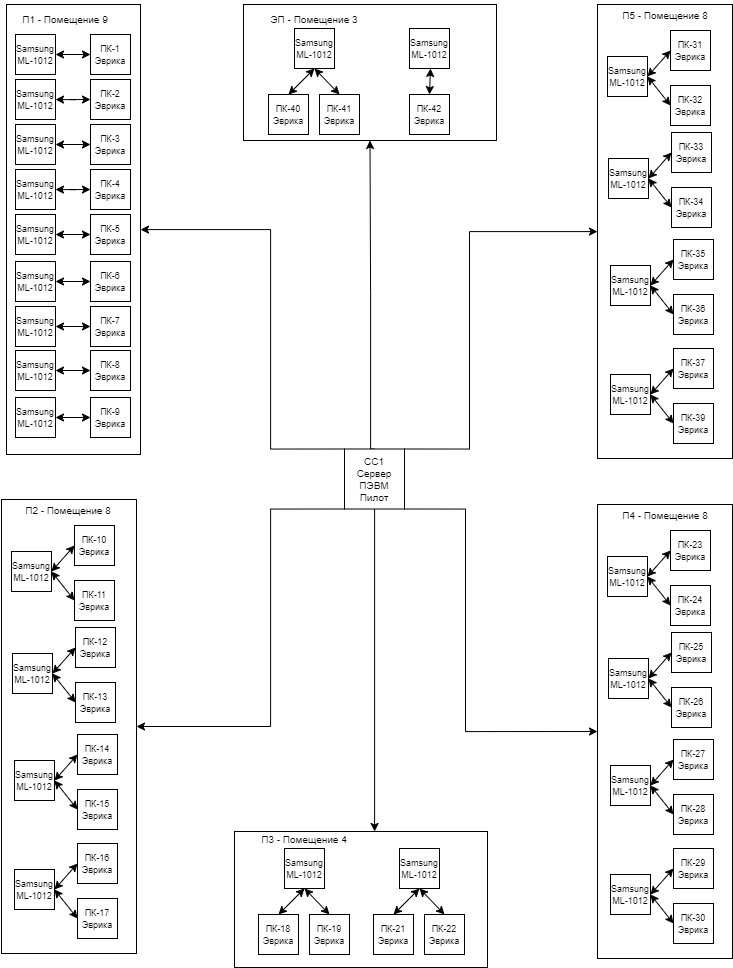
This is 6/img/лаб1.png from meesery/PAS, a draw.io export, as it was before one commit. Source tidied: cells renumbered, new cells last; positions are measured from the earlier drawing's top-left corner, leaving out a move shared by most shapes.
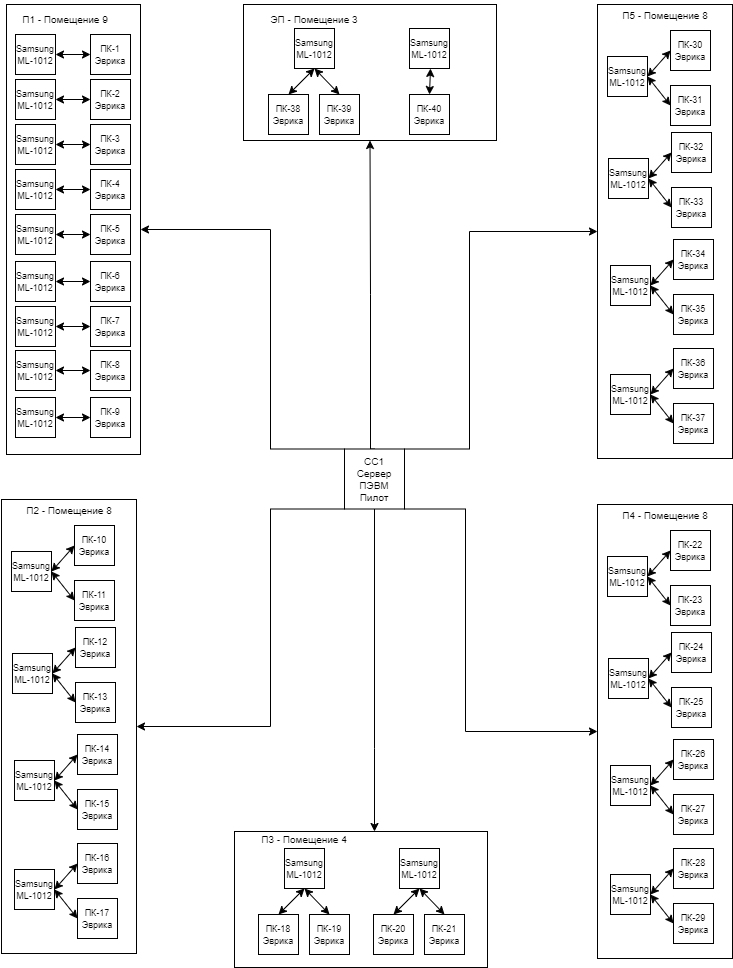
Later version of the same file.

Diff of the diagram source:
```diff
@@ -2,6 +2,9 @@
   <root>
     <mxCell id="0" />
     <mxCell id="1" parent="0" />
+    <mxCell id="83" style="rounded=0;whiteSpace=wrap;html=1;fillColor=none;" parent="1" vertex="1">
+      <mxGeometry x="234" y="831" width="253" height="136" as="geometry" />
+    </mxCell>
     <mxCell id="2" style="rounded=0;whiteSpace=wrap;html=1;fillColor=none;" parent="1" vertex="1">
       <mxGeometry x="243" y="4" width="253" height="136" as="geometry" />
     </mxCell>
@@ -17,10 +20,10 @@
     <mxCell id="6" style="rounded=0;jettySize=auto;html=1;exitX=0;exitY=0.5;exitDx=0;exitDy=0;entryX=1;entryY=0.5;entryDx=0;entryDy=0;startArrow=classic;startFill=1;" parent="3" edge="1" source="7" target="5">
       <mxGeometry relative="1" as="geometry" />
     </mxCell>
-    <mxCell id="7" value="&lt;font style=&quot;font-size: 9px;&quot;&gt;ПК-23&lt;br&gt;Эврика&lt;/font&gt;" style="whiteSpace=wrap;html=1;fontFamily=Arial;fontSource=https%3A%2F%2Ffonts.googleapis.com%2Fcss%3Ffamily%3DArial;fontSize=10;" parent="3" vertex="1">
+    <mxCell id="7" value="&lt;font style=&quot;font-size: 9px;&quot;&gt;ПК-22&lt;br&gt;Эврика&lt;/font&gt;" style="whiteSpace=wrap;html=1;fontFamily=Arial;fontSource=https%3A%2F%2Ffonts.googleapis.com%2Fcss%3Ffamily%3DArial;fontSize=10;" parent="3" vertex="1">
       <mxGeometry x="63" width="40" height="40" as="geometry" />
     </mxCell>
-    <mxCell id="8" value="&lt;font style=&quot;font-size: 9px;&quot;&gt;ПК-24&lt;br&gt;Эврика&lt;/font&gt;" style="whiteSpace=wrap;html=1;fontFamily=Arial;fontSource=https%3A%2F%2Ffonts.googleapis.com%2Fcss%3Ffamily%3DArial;fontSize=10;" parent="3" vertex="1">
+    <mxCell id="8" value="&lt;font style=&quot;font-size: 9px;&quot;&gt;ПК-23&lt;br&gt;Эврика&lt;/font&gt;" style="whiteSpace=wrap;html=1;fontFamily=Arial;fontSource=https%3A%2F%2Ffonts.googleapis.com%2Fcss%3Ffamily%3DArial;fontSize=10;" parent="3" vertex="1">
       <mxGeometry x="63" y="55" width="40" height="40" as="geometry" />
     </mxCell>
     <mxCell id="9" style="rounded=0;jettySize=auto;html=1;entryX=0;entryY=0.5;entryDx=0;entryDy=0;startArrow=classic;startFill=1;exitX=1;exitY=0.5;exitDx=0;exitDy=0;" parent="3" edge="1" source="5" target="8">
@@ -269,15 +272,12 @@
     <mxCell id="80" value="&lt;font style=&quot;font-size: 9px;&quot;&gt;Samsung ML-1012&lt;/font&gt;" style="whiteSpace=wrap;html=1;fontFamily=Arial;fontSource=https%3A%2F%2Ffonts.googleapis.com%2Fcss%3Ffamily%3DArial;fontSize=10;" parent="1" vertex="1">
       <mxGeometry x="399" y="848" width="40" height="40" as="geometry" />
     </mxCell>
-    <mxCell id="81" value="&lt;font style=&quot;font-size: 9px;&quot;&gt;ПК-21&lt;br&gt;Эврика&lt;/font&gt;" style="whiteSpace=wrap;html=1;fontFamily=Arial;fontSource=https%3A%2F%2Ffonts.googleapis.com%2Fcss%3Ffamily%3DArial;fontSize=10;" parent="1" vertex="1">
+    <mxCell id="81" value="&lt;font style=&quot;font-size: 9px;&quot;&gt;ПК-20&lt;br&gt;Эврика&lt;/font&gt;" style="whiteSpace=wrap;html=1;fontFamily=Arial;fontSource=https%3A%2F%2Ffonts.googleapis.com%2Fcss%3Ffamily%3DArial;fontSize=10;" parent="1" vertex="1">
       <mxGeometry x="373" y="914" width="40" height="40" as="geometry" />
     </mxCell>
-    <mxCell id="82" value="&lt;font style=&quot;font-size: 9px;&quot;&gt;ПК-22&lt;br&gt;Эврика&lt;/font&gt;" style="whiteSpace=wrap;html=1;fontFamily=Arial;fontSource=https%3A%2F%2Ffonts.googleapis.com%2Fcss%3Ffamily%3DArial;fontSize=10;" parent="1" vertex="1">
+    <mxCell id="82" value="&lt;font style=&quot;font-size: 9px;&quot;&gt;ПК-21&lt;br&gt;Эврика&lt;/font&gt;" style="whiteSpace=wrap;html=1;fontFamily=Arial;fontSource=https%3A%2F%2Ffonts.googleapis.com%2Fcss%3Ffamily%3DArial;fontSize=10;" parent="1" vertex="1">
       <mxGeometry x="424" y="914" width="40" height="40" as="geometry" />
     </mxCell>
-    <mxCell id="83" style="rounded=0;whiteSpace=wrap;html=1;fillColor=none;" parent="1" vertex="1">
-      <mxGeometry x="234" y="831" width="253" height="136" as="geometry" />
-    </mxCell>
     <mxCell id="84" value="&lt;font style=&quot;font-size: 10px;&quot; face=&quot;Arial&quot;&gt;П3 - Помещение 4&lt;/font&gt;" style="text;html=1;strokeColor=none;fillColor=none;align=center;verticalAlign=middle;whiteSpace=wrap;rounded=0;" parent="1" vertex="1">
       <mxGeometry x="239" y="824" width="130" height="30" as="geometry" />
     </mxCell>
@@ -287,10 +287,10 @@
     <mxCell id="86" style="rounded=0;jettySize=auto;html=1;exitX=0;exitY=0.5;exitDx=0;exitDy=0;entryX=1;entryY=0.5;entryDx=0;entryDy=0;startArrow=classic;startFill=1;" parent="1" edge="1" source="87" target="85">
       <mxGeometry relative="1" as="geometry" />
     </mxCell>
-    <mxCell id="87" value="&lt;font style=&quot;font-size: 9px;&quot;&gt;ПК-25&lt;br&gt;Эврика&lt;/font&gt;" style="whiteSpace=wrap;html=1;fontFamily=Arial;fontSource=https%3A%2F%2Ffonts.googleapis.com%2Fcss%3Ffamily%3DArial;fontSize=10;" parent="1" vertex="1">
+    <mxCell id="87" value="&lt;font style=&quot;font-size: 9px;&quot;&gt;ПК-24&lt;br&gt;Эврика&lt;/font&gt;" style="whiteSpace=wrap;html=1;fontFamily=Arial;fontSource=https%3A%2F%2Ffonts.googleapis.com%2Fcss%3Ffamily%3DArial;fontSize=10;" parent="1" vertex="1">
       <mxGeometry x="671" y="632" width="40" height="40" as="geometry" />
     </mxCell>
-    <mxCell id="88" value="&lt;font style=&quot;font-size: 9px;&quot;&gt;ПК-26&lt;br&gt;Эврика&lt;/font&gt;" style="whiteSpace=wrap;html=1;fontFamily=Arial;fontSource=https%3A%2F%2Ffonts.googleapis.com%2Fcss%3Ffamily%3DArial;fontSize=10;" parent="1" vertex="1">
+    <mxCell id="88" value="&lt;font style=&quot;font-size: 9px;&quot;&gt;ПК-25&lt;br&gt;Эврика&lt;/font&gt;" style="whiteSpace=wrap;html=1;fontFamily=Arial;fontSource=https%3A%2F%2Ffonts.googleapis.com%2Fcss%3Ffamily%3DArial;fontSize=10;" parent="1" vertex="1">
       <mxGeometry x="671" y="687" width="40" height="40" as="geometry" />
     </mxCell>
     <mxCell id="89" style="rounded=0;jettySize=auto;html=1;entryX=0;entryY=0.5;entryDx=0;entryDy=0;startArrow=classic;startFill=1;exitX=1;exitY=0.5;exitDx=0;exitDy=0;" parent="1" edge="1" source="85" target="88">
@@ -305,10 +305,10 @@
     <mxCell id="92" style="rounded=0;jettySize=auto;html=1;exitX=0;exitY=0.5;exitDx=0;exitDy=0;entryX=1;entryY=0.5;entryDx=0;entryDy=0;startArrow=classic;startFill=1;" parent="90" edge="1" source="93" target="91">
       <mxGeometry relative="1" as="geometry" />
     </mxCell>
-    <mxCell id="93" value="&lt;font style=&quot;font-size: 9px;&quot;&gt;ПК-27&lt;br&gt;Эврика&lt;/font&gt;" style="whiteSpace=wrap;html=1;fontFamily=Arial;fontSource=https%3A%2F%2Ffonts.googleapis.com%2Fcss%3Ffamily%3DArial;fontSize=10;" parent="90" vertex="1">
+    <mxCell id="93" value="&lt;font style=&quot;font-size: 9px;&quot;&gt;ПК-26&lt;br&gt;Эврика&lt;/font&gt;" style="whiteSpace=wrap;html=1;fontFamily=Arial;fontSource=https%3A%2F%2Ffonts.googleapis.com%2Fcss%3Ffamily%3DArial;fontSize=10;" parent="90" vertex="1">
       <mxGeometry x="63" width="40" height="40" as="geometry" />
     </mxCell>
-    <mxCell id="94" value="&lt;font style=&quot;font-size: 9px;&quot;&gt;ПК-28&lt;br&gt;Эврика&lt;/font&gt;" style="whiteSpace=wrap;html=1;fontFamily=Arial;fontSource=https%3A%2F%2Ffonts.googleapis.com%2Fcss%3Ffamily%3DArial;fontSize=10;" parent="90" vertex="1">
+    <mxCell id="94" value="&lt;font style=&quot;font-size: 9px;&quot;&gt;ПК-27&lt;br&gt;Эврика&lt;/font&gt;" style="whiteSpace=wrap;html=1;fontFamily=Arial;fontSource=https%3A%2F%2Ffonts.googleapis.com%2Fcss%3Ffamily%3DArial;fontSize=10;" parent="90" vertex="1">
       <mxGeometry x="63" y="55" width="40" height="40" as="geometry" />
     </mxCell>
     <mxCell id="95" style="rounded=0;jettySize=auto;html=1;entryX=0;entryY=0.5;entryDx=0;entryDy=0;startArrow=classic;startFill=1;exitX=1;exitY=0.5;exitDx=0;exitDy=0;" parent="90" edge="1" source="91" target="94">
@@ -323,10 +323,10 @@
     <mxCell id="98" style="rounded=0;jettySize=auto;html=1;exitX=0;exitY=0.5;exitDx=0;exitDy=0;entryX=1;entryY=0.5;entryDx=0;entryDy=0;startArrow=classic;startFill=1;" parent="96" edge="1" source="99" target="97">
       <mxGeometry relative="1" as="geometry" />
     </mxCell>
-    <mxCell id="99" value="&lt;font style=&quot;font-size: 9px;&quot;&gt;ПК-29&lt;br&gt;Эврика&lt;/font&gt;" style="whiteSpace=wrap;html=1;fontFamily=Arial;fontSource=https%3A%2F%2Ffonts.googleapis.com%2Fcss%3Ffamily%3DArial;fontSize=10;" parent="96" vertex="1">
+    <mxCell id="99" value="&lt;font style=&quot;font-size: 9px;&quot;&gt;ПК-28&lt;br&gt;Эврика&lt;/font&gt;" style="whiteSpace=wrap;html=1;fontFamily=Arial;fontSource=https%3A%2F%2Ffonts.googleapis.com%2Fcss%3Ffamily%3DArial;fontSize=10;" parent="96" vertex="1">
       <mxGeometry x="63" width="40" height="40" as="geometry" />
     </mxCell>
-    <mxCell id="100" value="&lt;font style=&quot;font-size: 9px;&quot;&gt;ПК-30&lt;br&gt;Эврика&lt;/font&gt;" style="whiteSpace=wrap;html=1;fontFamily=Arial;fontSource=https%3A%2F%2Ffonts.googleapis.com%2Fcss%3Ffamily%3DArial;fontSize=10;" parent="96" vertex="1">
+    <mxCell id="100" value="&lt;font style=&quot;font-size: 9px;&quot;&gt;ПК-29&lt;br&gt;Эврика&lt;/font&gt;" style="whiteSpace=wrap;html=1;fontFamily=Arial;fontSource=https%3A%2F%2Ffonts.googleapis.com%2Fcss%3Ffamily%3DArial;fontSize=10;" parent="96" vertex="1">
       <mxGeometry x="63" y="55" width="40" height="40" as="geometry" />
     </mxCell>
     <mxCell id="101" style="rounded=0;jettySize=auto;html=1;entryX=0;entryY=0.5;entryDx=0;entryDy=0;startArrow=classic;startFill=1;exitX=1;exitY=0.5;exitDx=0;exitDy=0;" parent="96" edge="1" source="97" target="100">
@@ -344,10 +344,10 @@
     <mxCell id="105" style="rounded=0;jettySize=auto;html=1;exitX=0;exitY=0.5;exitDx=0;exitDy=0;entryX=1;entryY=0.5;entryDx=0;entryDy=0;startArrow=classic;startFill=1;" parent="102" edge="1" source="106" target="104">
       <mxGeometry relative="1" as="geometry" />
     </mxCell>
-    <mxCell id="106" value="&lt;font style=&quot;font-size: 9px;&quot;&gt;ПК-31&lt;br&gt;Эврика&lt;/font&gt;" style="whiteSpace=wrap;html=1;fontFamily=Arial;fontSource=https%3A%2F%2Ffonts.googleapis.com%2Fcss%3Ffamily%3DArial;fontSize=10;" parent="102" vertex="1">
+    <mxCell id="106" value="&lt;font style=&quot;font-size: 9px;&quot;&gt;ПК-30&lt;br&gt;Эврика&lt;/font&gt;" style="whiteSpace=wrap;html=1;fontFamily=Arial;fontSource=https%3A%2F%2Ffonts.googleapis.com%2Fcss%3Ffamily%3DArial;fontSize=10;" parent="102" vertex="1">
       <mxGeometry x="63" width="40" height="40" as="geometry" />
     </mxCell>
-    <mxCell id="107" value="&lt;font style=&quot;font-size: 9px;&quot;&gt;ПК-32&lt;br&gt;Эврика&lt;/font&gt;" style="whiteSpace=wrap;html=1;fontFamily=Arial;fontSource=https%3A%2F%2Ffonts.googleapis.com%2Fcss%3Ffamily%3DArial;fontSize=10;" parent="102" vertex="1">
+    <mxCell id="107" value="&lt;font style=&quot;font-size: 9px;&quot;&gt;ПК-31&lt;br&gt;Эврика&lt;/font&gt;" style="whiteSpace=wrap;html=1;fontFamily=Arial;fontSource=https%3A%2F%2Ffonts.googleapis.com%2Fcss%3Ffamily%3DArial;fontSize=10;" parent="102" vertex="1">
       <mxGeometry x="63" y="55" width="40" height="40" as="geometry" />
     </mxCell>
     <mxCell id="108" style="rounded=0;jettySize=auto;html=1;entryX=0;entryY=0.5;entryDx=0;entryDy=0;startArrow=classic;startFill=1;exitX=1;exitY=0.5;exitDx=0;exitDy=0;" parent="102" edge="1" source="104" target="107">
@@ -362,10 +362,10 @@
     <mxCell id="111" style="rounded=0;jettySize=auto;html=1;exitX=0;exitY=0.5;exitDx=0;exitDy=0;entryX=1;entryY=0.5;entryDx=0;entryDy=0;startArrow=classic;startFill=1;" parent="1" edge="1" source="112" target="110">
       <mxGeometry relative="1" as="geometry" />
     </mxCell>
-    <mxCell id="112" value="&lt;font style=&quot;font-size: 9px;&quot;&gt;ПК-33&lt;br&gt;Эврика&lt;/font&gt;" style="whiteSpace=wrap;html=1;fontFamily=Arial;fontSource=https%3A%2F%2Ffonts.googleapis.com%2Fcss%3Ffamily%3DArial;fontSize=10;" parent="1" vertex="1">
+    <mxCell id="112" value="&lt;font style=&quot;font-size: 9px;&quot;&gt;ПК-32&lt;br&gt;Эврика&lt;/font&gt;" style="whiteSpace=wrap;html=1;fontFamily=Arial;fontSource=https%3A%2F%2Ffonts.googleapis.com%2Fcss%3Ffamily%3DArial;fontSize=10;" parent="1" vertex="1">
       <mxGeometry x="671" y="132" width="40" height="40" as="geometry" />
     </mxCell>
-    <mxCell id="113" value="&lt;font style=&quot;font-size: 9px;&quot;&gt;ПК-34&lt;br&gt;Эврика&lt;/font&gt;" style="whiteSpace=wrap;html=1;fontFamily=Arial;fontSource=https%3A%2F%2Ffonts.googleapis.com%2Fcss%3Ffamily%3DArial;fontSize=10;" parent="1" vertex="1">
+    <mxCell id="113" value="&lt;font style=&quot;font-size: 9px;&quot;&gt;ПК-33&lt;br&gt;Эврика&lt;/font&gt;" style="whiteSpace=wrap;html=1;fontFamily=Arial;fontSource=https%3A%2F%2Ffonts.googleapis.com%2Fcss%3Ffamily%3DArial;fontSize=10;" parent="1" vertex="1">
       <mxGeometry x="671" y="187" width="40" height="40" as="geometry" />
     </mxCell>
     <mxCell id="114" style="rounded=0;jettySize=auto;html=1;entryX=0;entryY=0.5;entryDx=0;entryDy=0;startArrow=classic;startFill=1;exitX=1;exitY=0.5;exitDx=0;exitDy=0;" parent="1" edge="1" source="110" target="113">
@@ -380,10 +380,10 @@
     <mxCell id="117" style="rounded=0;jettySize=auto;html=1;exitX=0;exitY=0.5;exitDx=0;exitDy=0;entryX=1;entryY=0.5;entryDx=0;entryDy=0;startArrow=classic;startFill=1;" parent="115" edge="1" source="118" target="116">
       <mxGeometry relative="1" as="geometry" />
     </mxCell>
-    <mxCell id="118" value="&lt;font style=&quot;font-size: 9px;&quot;&gt;ПК-35&lt;br&gt;Эврика&lt;/font&gt;" style="whiteSpace=wrap;html=1;fontFamily=Arial;fontSource=https%3A%2F%2Ffonts.googleapis.com%2Fcss%3Ffamily%3DArial;fontSize=10;" parent="115" vertex="1">
+    <mxCell id="118" value="&lt;font style=&quot;font-size: 9px;&quot;&gt;ПК-34&lt;br&gt;Эврика&lt;/font&gt;" style="whiteSpace=wrap;html=1;fontFamily=Arial;fontSource=https%3A%2F%2Ffonts.googleapis.com%2Fcss%3Ffamily%3DArial;fontSize=10;" parent="115" vertex="1">
       <mxGeometry x="63" width="40" height="40" as="geometry" />
     </mxCell>
-    <mxCell id="119" value="&lt;font style=&quot;font-size: 9px;&quot;&gt;ПК-36&lt;br&gt;Эврика&lt;/font&gt;" style="whiteSpace=wrap;html=1;fontFamily=Arial;fontSource=https%3A%2F%2Ffonts.googleapis.com%2Fcss%3Ffamily%3DArial;fontSize=10;" parent="115" vertex="1">
+    <mxCell id="119" value="&lt;font style=&quot;font-size: 9px;&quot;&gt;ПК-35&lt;br&gt;Эврика&lt;/font&gt;" style="whiteSpace=wrap;html=1;fontFamily=Arial;fontSource=https%3A%2F%2Ffonts.googleapis.com%2Fcss%3Ffamily%3DArial;fontSize=10;" parent="115" vertex="1">
       <mxGeometry x="63" y="55" width="40" height="40" as="geometry" />
     </mxCell>
     <mxCell id="120" style="rounded=0;jettySize=auto;html=1;entryX=0;entryY=0.5;entryDx=0;entryDy=0;startArrow=classic;startFill=1;exitX=1;exitY=0.5;exitDx=0;exitDy=0;" parent="115" edge="1" source="116" target="119">
@@ -398,10 +398,10 @@
     <mxCell id="123" style="rounded=0;jettySize=auto;html=1;exitX=0;exitY=0.5;exitDx=0;exitDy=0;entryX=1;entryY=0.5;entryDx=0;entryDy=0;startArrow=classic;startFill=1;" parent="121" edge="1" source="124" target="122">
       <mxGeometry relative="1" as="geometry" />
     </mxCell>
-    <mxCell id="124" value="&lt;font style=&quot;font-size: 9px;&quot;&gt;ПК-37&lt;br&gt;Эврика&lt;/font&gt;" style="whiteSpace=wrap;html=1;fontFamily=Arial;fontSource=https%3A%2F%2Ffonts.googleapis.com%2Fcss%3Ffamily%3DArial;fontSize=10;" parent="121" vertex="1">
+    <mxCell id="124" value="&lt;font style=&quot;font-size: 9px;&quot;&gt;ПК-36&lt;br&gt;Эврика&lt;/font&gt;" style="whiteSpace=wrap;html=1;fontFamily=Arial;fontSource=https%3A%2F%2Ffonts.googleapis.com%2Fcss%3Ffamily%3DArial;fontSize=10;" parent="121" vertex="1">
       <mxGeometry x="63" width="40" height="40" as="geometry" />
     </mxCell>
-    <mxCell id="125" value="&lt;font style=&quot;font-size: 9px;&quot;&gt;ПК-39&lt;br&gt;Эврика&lt;/font&gt;" style="whiteSpace=wrap;html=1;fontFamily=Arial;fontSource=https%3A%2F%2Ffonts.googleapis.com%2Fcss%3Ffamily%3DArial;fontSize=10;" parent="121" vertex="1">
+    <mxCell id="125" value="&lt;font style=&quot;font-size: 9px;&quot;&gt;ПК-37&lt;br&gt;Эврика&lt;/font&gt;" style="whiteSpace=wrap;html=1;fontFamily=Arial;fontSource=https%3A%2F%2Ffonts.googleapis.com%2Fcss%3Ffamily%3DArial;fontSize=10;" parent="121" vertex="1">
       <mxGeometry x="63" y="55" width="40" height="40" as="geometry" />
     </mxCell>
     <mxCell id="126" style="rounded=0;jettySize=auto;html=1;entryX=0;entryY=0.5;entryDx=0;entryDy=0;startArrow=classic;startFill=1;exitX=1;exitY=0.5;exitDx=0;exitDy=0;" parent="121" edge="1" source="122" target="125">
@@ -416,10 +416,10 @@
     <mxCell id="129" value="&lt;font style=&quot;font-size: 9px;&quot;&gt;Samsung ML-1012&lt;/font&gt;" style="whiteSpace=wrap;html=1;fontFamily=Arial;fontSource=https%3A%2F%2Ffonts.googleapis.com%2Fcss%3Ffamily%3DArial;fontSize=10;" parent="1" vertex="1">
       <mxGeometry x="294" y="28" width="40" height="40" as="geometry" />
     </mxCell>
-    <mxCell id="130" value="&lt;font style=&quot;font-size: 9px;&quot;&gt;ПК-40&lt;br&gt;Эврика&lt;/font&gt;" style="whiteSpace=wrap;html=1;fontFamily=Arial;fontSource=https%3A%2F%2Ffonts.googleapis.com%2Fcss%3Ffamily%3DArial;fontSize=10;" parent="1" vertex="1">
+    <mxCell id="130" value="&lt;font style=&quot;font-size: 9px;&quot;&gt;ПК-38&lt;br&gt;Эврика&lt;/font&gt;" style="whiteSpace=wrap;html=1;fontFamily=Arial;fontSource=https%3A%2F%2Ffonts.googleapis.com%2Fcss%3Ffamily%3DArial;fontSize=10;" parent="1" vertex="1">
       <mxGeometry x="268" y="94" width="40" height="40" as="geometry" />
     </mxCell>
-    <mxCell id="131" value="&lt;font style=&quot;font-size: 9px;&quot;&gt;ПК-41&lt;br&gt;Эврика&lt;/font&gt;" style="whiteSpace=wrap;html=1;fontFamily=Arial;fontSource=https%3A%2F%2Ffonts.googleapis.com%2Fcss%3Ffamily%3DArial;fontSize=10;" parent="1" vertex="1">
+    <mxCell id="131" value="&lt;font style=&quot;font-size: 9px;&quot;&gt;ПК-39&lt;br&gt;Эврика&lt;/font&gt;" style="whiteSpace=wrap;html=1;fontFamily=Arial;fontSource=https%3A%2F%2Ffonts.googleapis.com%2Fcss%3Ffamily%3DArial;fontSize=10;" parent="1" vertex="1">
       <mxGeometry x="319" y="94" width="40" height="40" as="geometry" />
     </mxCell>
     <mxCell id="132" style="rounded=0;jettySize=auto;html=1;entryX=0.5;entryY=0;entryDx=0;entryDy=0;startArrow=classic;startFill=1;exitX=0.5;exitY=1;exitDx=0;exitDy=0;" parent="1" edge="1" target="134">
@@ -430,7 +430,7 @@
     <mxCell id="133" value="&lt;font style=&quot;font-size: 9px;&quot;&gt;Samsung ML-1012&lt;/font&gt;" style="whiteSpace=wrap;html=1;fontFamily=Arial;fontSource=https%3A%2F%2Ffonts.googleapis.com%2Fcss%3Ffamily%3DArial;fontSize=10;" parent="1" vertex="1">
       <mxGeometry x="409" y="28" width="40" height="40" as="geometry" />
     </mxCell>
-    <mxCell id="134" value="&lt;font style=&quot;font-size: 9px;&quot;&gt;ПК-42&lt;br&gt;Эврика&lt;/font&gt;" style="whiteSpace=wrap;html=1;fontFamily=Arial;fontSource=https%3A%2F%2Ffonts.googleapis.com%2Fcss%3Ffamily%3DArial;fontSize=10;" parent="1" vertex="1">
+    <mxCell id="134" value="&lt;font style=&quot;font-size: 9px;&quot;&gt;ПК-40&lt;br&gt;Эврика&lt;/font&gt;" style="whiteSpace=wrap;html=1;fontFamily=Arial;fontSource=https%3A%2F%2Ffonts.googleapis.com%2Fcss%3Ffamily%3DArial;fontSize=10;" parent="1" vertex="1">
       <mxGeometry x="409" y="94" width="40" height="40" as="geometry" />
     </mxCell>
     <mxCell id="135" value="&lt;font style=&quot;font-size: 10px;&quot; face=&quot;Arial&quot;&gt;ЭП - Помещение 3&lt;/font&gt;" style="text;html=1;strokeColor=none;fillColor=none;align=center;verticalAlign=middle;whiteSpace=wrap;rounded=0;" parent="1" vertex="1">
```
